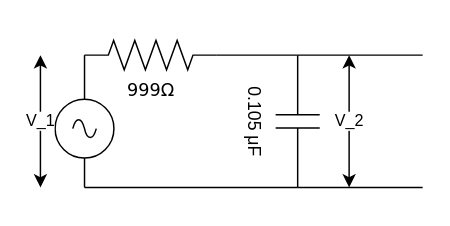
yutyan0119/2022-shinchoku keeps this draw.io diagram as Untitled Diagram.drawio. Above is the earlier version. Source tidied: cells renumbered, new cells numbered last; positions are measured from the earlier drawing's top-left corner, leaving out a move shared by most shapes. Both pictures are drawn from the tidied source at 147%, with x=0, y=0 at pixel (40, 40).
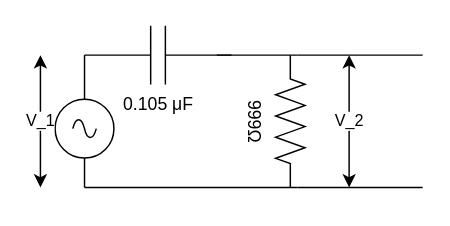
The same diagram, later.

Change to the diagram source:
```diff
@@
-    <mxCell id="2" value="999Ω" style="verticalLabelPosition=bottom;shadow=0;dashed=0;align=center;html=1;verticalAlign=top;strokeWidth=1;shape=mxgraph.electrical.resistors.resistor_2;rounded=1;comic=0;labelBackgroundColor=none;fontFamily=Verdana;fontSize=12;" parent="1" vertex="1">
-      <mxGeometry x="30" width="90" height="20" as="geometry" />
-    </mxCell>
-    <mxCell id="3" value="0.105 μF" style="verticalLabelPosition=bottom;shadow=0;dashed=0;align=center;html=1;verticalAlign=top;shape=mxgraph.electrical.capacitors.capacitor_1;rotation=90;labelBackgroundColor=none;" parent="1" vertex="1">
-      <mxGeometry x="130" y="40" width="90" height="30" as="geometry" />
-    </mxCell>
@@
-    <mxCell id="5" style="endArrow=none;html=1;rounded=0;exitX=1;exitY=0.5;exitDx=0;exitDy=0;exitPerimeter=0;entryX=0;entryY=0.5;entryDx=0;entryDy=0;entryPerimeter=0;" parent="1" edge="1" source="2" target="3">
-      <mxGeometry relative="1" as="geometry" />
+    <mxCell id="5" style="endArrow=none;html=1;rounded=0;exitX=1;exitY=0.5;exitDx=0;exitDy=0;exitPerimeter=0;entryX=0;entryY=0.5;entryDx=0;entryDy=0;entryPerimeter=0;" parent="1" edge="1">
+      <mxGeometry relative="1" as="geometry">
+        <mxPoint x="120" y="10" as="sourcePoint" />
+        <mxPoint x="175" y="10" as="targetPoint" />
+      </mxGeometry>
     </mxCell>
-    <mxCell id="6" style="endArrow=none;html=1;rounded=0;entryX=1;entryY=0.5;entryDx=0;entryDy=0;entryPerimeter=0;" parent="1" edge="1" target="3">
+    <mxCell id="6" style="endArrow=none;html=1;rounded=0;entryX=1;entryY=0.5;entryDx=0;entryDy=0;entryPerimeter=0;" parent="1" edge="1">
       <mxGeometry relative="1" as="geometry">
         <mxPoint x="30" y="100" as="sourcePoint" />
+        <mxPoint x="175" y="100" as="targetPoint" />
       </mxGeometry>
     </mxCell>
@@
-    <mxCell id="11" style="endArrow=none;html=1;rounded=0;exitX=1;exitY=0.5;exitDx=0;exitDy=0;exitPerimeter=0;" parent="1" edge="1" source="3">
+    <mxCell id="11" style="endArrow=none;html=1;rounded=0;exitX=1;exitY=0.5;exitDx=0;exitDy=0;exitPerimeter=0;" parent="1" edge="1">
       <mxGeometry relative="1" as="geometry">
+        <mxPoint x="175" y="100" as="sourcePoint" />
         <mxPoint x="260" y="100" as="targetPoint" />
       </mxGeometry>
     </mxCell>
-    <mxCell id="12" style="endArrow=none;html=1;rounded=0;exitX=0;exitY=0.5;exitDx=0;exitDy=0;exitPerimeter=0;" parent="1" edge="1" source="3">
+    <mxCell id="12" style="endArrow=none;html=1;rounded=0;exitX=0;exitY=0.5;exitDx=0;exitDy=0;exitPerimeter=0;" parent="1" edge="1">
       <mxGeometry relative="1" as="geometry">
+        <mxPoint x="175" y="10" as="sourcePoint" />
         <mxPoint x="260" y="10" as="targetPoint" />
       </mxGeometry>
     </mxCell>
+    <mxCell id="3" value="0.105 μF" style="verticalLabelPosition=bottom;shadow=0;dashed=0;align=center;html=1;verticalAlign=top;shape=mxgraph.electrical.capacitors.capacitor_1;labelBackgroundColor=none;" parent="1" vertex="1">
+      <mxGeometry x="30" y="-10" width="100" height="40" as="geometry" />
+    </mxCell>
+    <mxCell id="2" value="999Ω" style="verticalLabelPosition=bottom;shadow=0;dashed=0;align=center;html=1;verticalAlign=top;shape=mxgraph.electrical.resistors.resistor_2;labelBackgroundColor=none;rotation=90;" parent="1" vertex="1">
+      <mxGeometry x="125" y="45" width="90" height="20" as="geometry" />
+    </mxCell>
```
